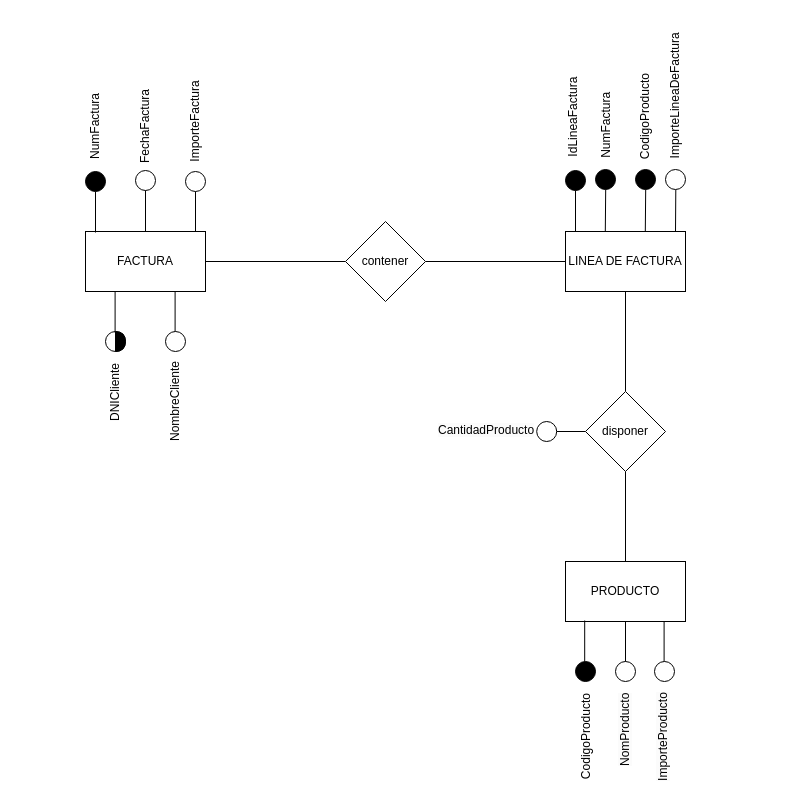
Earlier version of the draw.io diagram AD1-TanimaraELIASSANTOS.drawio (tanimaraeliassantos/basesdedatosDAW). Source tidied: cells renumbered, new cells numbered last; positions are measured from the earlier drawing's top-left corner, leaving out a move shared by most shapes. Both pictures are drawn from the tidied source at 100%, with x=0, y=0 at pixel (55, 80).
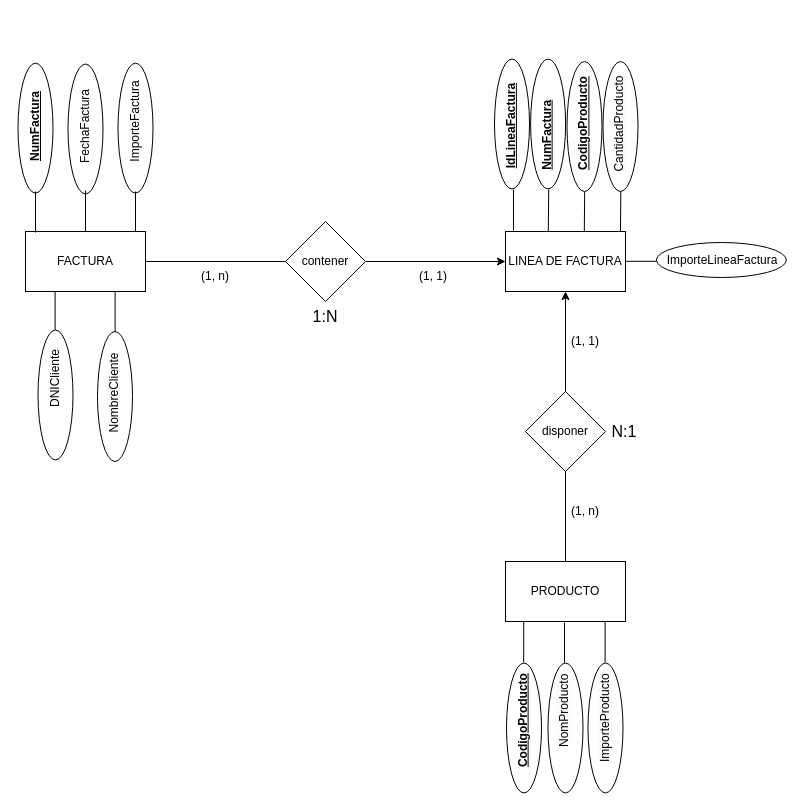
After the change.

The edit, as a diff of the source:
```diff
@@
+    <mxCell id="51" style="ellipse;whiteSpace=wrap;html=1;fillColor=default;rotation=-90;" parent="1" vertex="1">
+      <mxGeometry x="403.5" y="630" width="130" height="35" as="geometry" />
+    </mxCell>
+    <mxCell id="52" style="ellipse;whiteSpace=wrap;html=1;fillColor=default;rotation=-90;" parent="1" vertex="1">
+      <mxGeometry x="445" y="630" width="130" height="35" as="geometry" />
+    </mxCell>
+    <mxCell id="53" style="ellipse;whiteSpace=wrap;html=1;fillColor=default;rotation=-90;" parent="1" vertex="1">
+      <mxGeometry x="485" y="630" width="130" height="35" as="geometry" />
+    </mxCell>
+    <mxCell id="54" style="ellipse;whiteSpace=wrap;html=1;fillColor=default;rotation=0;" parent="1" vertex="1">
+      <mxGeometry x="600.9" y="162" width="130" height="35" as="geometry" />
+    </mxCell>
+    <mxCell id="44" style="endArrow=none;html=1;rounded=0;" parent="1" edge="1">
+      <mxGeometry relative="1" as="geometry">
+        <mxPoint x="528.8" y="151" as="sourcePoint" />
+        <mxPoint x="529.2" y="109" as="targetPoint" />
+      </mxGeometry>
+    </mxCell>
+    <mxCell id="45" style="endArrow=none;html=1;rounded=0;" parent="1" edge="1">
+      <mxGeometry relative="1" as="geometry">
+        <mxPoint x="565" y="151" as="sourcePoint" />
+        <mxPoint x="565.3" y="109" as="targetPoint" />
+      </mxGeometry>
+    </mxCell>
+    <mxCell id="55" style="ellipse;whiteSpace=wrap;html=1;fillColor=default;rotation=-90;" parent="1" vertex="1">
+      <mxGeometry x="500" y="28.5" width="130" height="35" as="geometry" />
+    </mxCell>
+    <mxCell id="56" style="ellipse;whiteSpace=wrap;html=1;fillColor=default;rotation=-90;" parent="1" vertex="1">
+      <mxGeometry x="464" y="28.5" width="130" height="35" as="geometry" />
+    </mxCell>
+    <mxCell id="57" style="ellipse;whiteSpace=wrap;html=1;fillColor=default;rotation=-90;" parent="1" vertex="1">
+      <mxGeometry x="427.6" y="26" width="130" height="35" as="geometry" />
+    </mxCell>
+    <mxCell id="58" style="ellipse;whiteSpace=wrap;html=1;fillColor=default;rotation=-90;" parent="1" vertex="1">
+      <mxGeometry x="391.5" y="26" width="130" height="35" as="geometry" />
+    </mxCell>
+    <mxCell id="59" style="ellipse;whiteSpace=wrap;html=1;fillColor=default;rotation=-90;" parent="1" vertex="1">
+      <mxGeometry x="-85" y="30.1" width="130" height="35" as="geometry" />
+    </mxCell>
+    <mxCell id="60" style="ellipse;whiteSpace=wrap;html=1;fillColor=default;rotation=-90;" parent="1" vertex="1">
+      <mxGeometry x="-35" y="31" width="130" height="35" as="geometry" />
+    </mxCell>
+    <mxCell id="61" style="ellipse;whiteSpace=wrap;html=1;fillColor=default;rotation=-90;" parent="1" vertex="1">
+      <mxGeometry x="15" y="30.1" width="130" height="35" as="geometry" />
+    </mxCell>
+    <mxCell id="21" style="endArrow=none;html=1;rounded=0;" parent="1" edge="1">
+      <mxGeometry relative="1" as="geometry">
+        <mxPoint x="-0.4" y="252" as="sourcePoint" />
+        <mxPoint x="-0.4" y="211" as="targetPoint" />
+      </mxGeometry>
+    </mxCell>
+    <mxCell id="62" style="ellipse;whiteSpace=wrap;html=1;fillColor=default;rotation=-90;" parent="1" vertex="1">
+      <mxGeometry x="-65" y="297" width="130" height="35" as="geometry" />
+    </mxCell>
+    <mxCell id="22" style="endArrow=none;html=1;rounded=0;" parent="1" edge="1">
+      <mxGeometry relative="1" as="geometry">
+        <mxPoint x="59.6" y="252" as="sourcePoint" />
+        <mxPoint x="59.6" y="211" as="targetPoint" />
+      </mxGeometry>
+    </mxCell>
+    <mxCell id="63" style="ellipse;whiteSpace=wrap;html=1;fillColor=default;rotation=-90;" parent="1" vertex="1">
+      <mxGeometry x="-5.5" y="298.5" width="130" height="35" as="geometry" />
+    </mxCell>
     <mxCell id="2" value="FACTURA" style="rounded=0;whiteSpace=wrap;html=1;" parent="1" vertex="1">
-      <mxGeometry x="30" y="151" width="120" height="60" as="geometry" />
+      <mxGeometry x="-30" y="151" width="120" height="60" as="geometry" />
     </mxCell>
-    <mxCell id="3" value="LINEA DE FACTURA" style="rounded=0;whiteSpace=wrap;html=1;" parent="1" vertex="1">
-      <mxGeometry x="510" y="151" width="120" height="60" as="geometry" />
-    </mxCell>
     <mxCell id="4" value="PRODUCTO" style="rounded=0;whiteSpace=wrap;html=1;" parent="1" vertex="1">
-      <mxGeometry x="510" y="481" width="120" height="60" as="geometry" />
+      <mxGeometry x="450" y="481" width="120" height="60" as="geometry" />
     </mxCell>
-    <mxCell id="5" style="endArrow=none;html=1;rounded=0;entryX=0.5;entryY=1;entryDx=0;entryDy=0;exitX=0.5;exitY=0;exitDx=0;exitDy=0;" parent="1" edge="1" source="10" target="3">
+    <mxCell id="5" style="endArrow=classic;html=1;rounded=0;entryX=0.5;entryY=1;entryDx=0;entryDy=0;exitX=0.5;exitY=0;exitDx=0;exitDy=0;endFill=1;" parent="1" edge="1" source="10" target="3">
       <mxGeometry relative="1" as="geometry" />
     </mxCell>
-    <mxCell id="6" style="endArrow=none;html=1;rounded=0;entryX=0;entryY=0.5;entryDx=0;entryDy=0;exitX=1;exitY=0.5;exitDx=0;exitDy=0;" parent="1" edge="1" source="8" target="3">
+    <mxCell id="6" style="endArrow=classic;html=1;rounded=0;entryX=0;entryY=0.5;entryDx=0;entryDy=0;exitX=1;exitY=0.5;exitDx=0;exitDy=0;endFill=1;" parent="1" edge="1" source="8" target="3">
       <mxGeometry relative="1" as="geometry" />
     </mxCell>
@@
     <mxCell id="8" value="contener" style="rhombus;whiteSpace=wrap;html=1;" parent="1" vertex="1">
-      <mxGeometry x="290" y="141" width="80" height="80" as="geometry" />
+      <mxGeometry x="230" y="141" width="80" height="80" as="geometry" />
     </mxCell>
@@
     <mxCell id="10" value="disponer" style="rhombus;whiteSpace=wrap;html=1;" parent="1" vertex="1">
-      <mxGeometry x="530" y="311" width="80" height="80" as="geometry" />
+      <mxGeometry x="470" y="311" width="80" height="80" as="geometry" />
     </mxCell>
-    <mxCell id="11" style="ellipse;whiteSpace=wrap;html=1;fillColor=#000000;" parent="1" vertex="1">
-      <mxGeometry x="30" y="91" width="20" height="20" as="geometry" />
-    </mxCell>
-    <mxCell id="12" style="endArrow=none;html=1;rounded=0;entryX=0.5;entryY=1;entryDx=0;entryDy=0;" parent="1" edge="1" target="11">
+    <mxCell id="12" style="endArrow=none;html=1;rounded=0;entryX=0.5;entryY=1;entryDx=0;entryDy=0;" parent="1" edge="1">
       <mxGeometry relative="1" as="geometry">
-        <mxPoint x="40" y="152" as="sourcePoint" />
+        <mxPoint x="-20" y="152" as="sourcePoint" />
+        <mxPoint x="-20" y="111" as="targetPoint" />
       </mxGeometry>
     </mxCell>
-    <mxCell id="13" value="NumFactura" style="text;html=1;align=center;verticalAlign=middle;whiteSpace=wrap;rounded=0;rotation=-90;" parent="1" vertex="1">
-      <mxGeometry y="31" width="80" height="30" as="geometry" />
+    <mxCell id="13" value="&lt;b&gt;&lt;u&gt;NumFactura&lt;/u&gt;&lt;/b&gt;" style="text;html=1;align=center;verticalAlign=middle;whiteSpace=wrap;rounded=0;rotation=-90;" parent="1" vertex="1">
+      <mxGeometry x="-60" y="31" width="80" height="30" as="geometry" />
     </mxCell>
-    <mxCell id="14" style="ellipse;whiteSpace=wrap;html=1;fillColor=#ffffff;" parent="1" vertex="1">
-      <mxGeometry x="80" y="90" width="20" height="20" as="geometry" />
-    </mxCell>
-    <mxCell id="15" style="endArrow=none;html=1;rounded=0;" parent="1" edge="1" target="14">
+    <mxCell id="15" style="endArrow=none;html=1;rounded=0;" parent="1" edge="1">
       <mxGeometry relative="1" as="geometry">
-        <mxPoint x="90" y="151" as="sourcePoint" />
+        <mxPoint x="30" y="151" as="sourcePoint" />
+        <mxPoint x="30" y="110" as="targetPoint" />
       </mxGeometry>
     </mxCell>
-    <mxCell id="16" style="ellipse;whiteSpace=wrap;html=1;" parent="1" vertex="1">
-      <mxGeometry x="130" y="91" width="20" height="20" as="geometry" />
-    </mxCell>
-    <mxCell id="17" style="endArrow=none;html=1;rounded=0;entryX=0.5;entryY=1;entryDx=0;entryDy=0;" parent="1" edge="1" target="16">
+    <mxCell id="17" style="endArrow=none;html=1;rounded=0;entryX=0.5;entryY=1;entryDx=0;entryDy=0;" parent="1" edge="1">
       <mxGeometry relative="1" as="geometry">
-        <mxPoint x="140" y="151" as="sourcePoint" />
+        <mxPoint x="80" y="151" as="sourcePoint" />
+        <mxPoint x="80" y="111" as="targetPoint" />
       </mxGeometry>
     </mxCell>
     <mxCell id="18" value="FechaFactura" style="text;html=1;align=center;verticalAlign=middle;whiteSpace=wrap;rounded=0;rotation=-90;" parent="1" vertex="1">
-      <mxGeometry x="50" y="31" width="80" height="30" as="geometry" />
+      <mxGeometry x="-10" y="31" width="80" height="30" as="geometry" />
     </mxCell>
     <mxCell id="19" value="ImporteFactura" style="text;html=1;align=center;verticalAlign=middle;whiteSpace=wrap;rounded=0;rotation=-90;" parent="1" vertex="1">
-      <mxGeometry x="95" y="26" width="90" height="30" as="geometry" />
+      <mxGeometry x="35" y="26" width="90" height="30" as="geometry" />
     </mxCell>
-    <mxCell id="20" style="ellipse;whiteSpace=wrap;html=1;fillColor=#ffffff;" parent="1" vertex="1">
-      <mxGeometry x="50" y="251" width="20" height="20" as="geometry" />
-    </mxCell>
-    <mxCell id="21" style="endArrow=none;html=1;rounded=0;" parent="1" edge="1">
-      <mxGeometry relative="1" as="geometry">
-        <mxPoint x="59.6" y="252" as="sourcePoint" />
-        <mxPoint x="59.6" y="211" as="targetPoint" />
-      </mxGeometry>
-    </mxCell>
-    <mxCell id="22" style="endArrow=none;html=1;rounded=0;" parent="1" edge="1">
-      <mxGeometry relative="1" as="geometry">
-        <mxPoint x="119.6" y="252" as="sourcePoint" />
-        <mxPoint x="119.6" y="211" as="targetPoint" />
-      </mxGeometry>
-    </mxCell>
     <mxCell id="23" value="DNICliente" style="text;html=1;align=center;verticalAlign=middle;whiteSpace=wrap;rounded=0;rotation=-90;" parent="1" vertex="1">
-      <mxGeometry x="20" y="297" width="80" height="30" as="geometry" />
+      <mxGeometry x="-40" y="283" width="80" height="30" as="geometry" />
     </mxCell>
     <mxCell id="24" value="NombreCliente" style="text;html=1;align=center;verticalAlign=middle;whiteSpace=wrap;rounded=0;rotation=-90;" parent="1" vertex="1">
-      <mxGeometry x="70" y="306" width="100" height="30" as="geometry" />
+      <mxGeometry x="8.5" y="298" width="100" height="30" as="geometry" />
     </mxCell>
-    <mxCell id="25" style="ellipse;whiteSpace=wrap;html=1;fillColor=#000000;" parent="1" vertex="1">
-      <mxGeometry x="510" y="90" width="20" height="20" as="geometry" />
-    </mxCell>
-    <mxCell id="26" style="endArrow=none;html=1;rounded=0;entryX=0.5;entryY=1;entryDx=0;entryDy=0;" parent="1" edge="1" target="25">
+    <mxCell id="26" style="endArrow=none;html=1;rounded=0;entryX=0.5;entryY=1;entryDx=0;entryDy=0;" parent="1" edge="1">
       <mxGeometry relative="1" as="geometry">
-        <mxPoint x="520" y="151" as="sourcePoint" />
+        <mxPoint x="458" y="150" as="sourcePoint" />
+        <mxPoint x="458" y="109" as="targetPoint" />
       </mxGeometry>
     </mxCell>
-    <mxCell id="27" style="ellipse;whiteSpace=wrap;html=1;fillColor=#000000;" parent="1" vertex="1">
-      <mxGeometry x="540" y="89" width="20" height="20" as="geometry" />
-    </mxCell>
     <mxCell id="28" style="endArrow=none;html=1;rounded=0;" parent="1" edge="1">
       <mxGeometry relative="1" as="geometry">
-        <mxPoint x="549.8" y="151" as="sourcePoint" />
-        <mxPoint x="550.2" y="109" as="targetPoint" />
+        <mxPoint x="492.8" y="151" as="sourcePoint" />
+        <mxPoint x="493.2" y="109" as="targetPoint" />
       </mxGeometry>
     </mxCell>
-    <mxCell id="29" value="IdLineaFactura" style="text;html=1;align=center;verticalAlign=middle;whiteSpace=wrap;rounded=0;rotation=-90;" parent="1" vertex="1">
-      <mxGeometry x="468.1" y="21.6" width="98.8" height="30" as="geometry" />
+    <mxCell id="29" value="&lt;b&gt;&lt;u&gt;IdLineaFactura&lt;/u&gt;&lt;/b&gt;" style="text;html=1;align=center;verticalAlign=middle;whiteSpace=wrap;rounded=0;rotation=-90;" parent="1" vertex="1">
+      <mxGeometry x="406.1" y="30.6" width="98.8" height="30" as="geometry" />
     </mxCell>
-    <mxCell id="30" value="CodigoProducto" style="text;html=1;align=center;verticalAlign=middle;whiteSpace=wrap;rounded=0;rotation=-90;" parent="1" vertex="1">
-      <mxGeometry x="532.5" y="21.6" width="115" height="30" as="geometry" />
+    <mxCell id="30" value="&lt;b&gt;&lt;u&gt;CodigoProducto&lt;/u&gt;&lt;/b&gt;" style="text;html=1;align=center;verticalAlign=middle;whiteSpace=wrap;rounded=0;rotation=-90;" parent="1" vertex="1">
+      <mxGeometry x="470.5" y="28.6" width="115" height="30" as="geometry" />
     </mxCell>
-    <mxCell id="31" style="ellipse;whiteSpace=wrap;html=1;fillColor=#000000;" parent="1" vertex="1">
-      <mxGeometry x="520" y="581" width="20" height="20" as="geometry" />
-    </mxCell>
     <mxCell id="32" style="endArrow=none;html=1;rounded=0;entryX=0.5;entryY=1;entryDx=0;entryDy=0;" parent="1" edge="1">
       <mxGeometry relative="1" as="geometry">
-        <mxPoint x="529.2" y="581" as="sourcePoint" />
-        <mxPoint x="529.2" y="540" as="targetPoint" />
+        <mxPoint x="468.2" y="582" as="sourcePoint" />
+        <mxPoint x="468.2" y="541" as="targetPoint" />
       </mxGeometry>
     </mxCell>
     <mxCell id="33" style="endArrow=none;html=1;rounded=0;entryX=0.5;entryY=1;entryDx=0;entryDy=0;" parent="1" edge="1">
       <mxGeometry relative="1" as="geometry">
-        <mxPoint x="608.6" y="582" as="sourcePoint" />
-        <mxPoint x="608.6" y="541" as="targetPoint" />
+        <mxPoint x="549.6" y="582" as="sourcePoint" />
+        <mxPoint x="549.6" y="541" as="targetPoint" />
       </mxGeometry>
     </mxCell>
-    <mxCell id="34" style="ellipse;whiteSpace=wrap;html=1;" parent="1" vertex="1">
-      <mxGeometry x="599" y="581" width="20" height="20" as="geometry" />
-    </mxCell>
-    <mxCell id="35" value="CodigoProducto" style="text;html=1;align=center;verticalAlign=middle;whiteSpace=wrap;rounded=0;rotation=-90;" parent="1" vertex="1">
-      <mxGeometry x="481.2" y="641" width="98.8" height="30" as="geometry" />
+    <mxCell id="35" value="&lt;b&gt;&lt;u&gt;CodigoProducto&lt;/u&gt;&lt;/b&gt;" style="text;html=1;align=center;verticalAlign=middle;whiteSpace=wrap;rounded=0;rotation=-90;" parent="1" vertex="1">
+      <mxGeometry x="418.2" y="625" width="98.8" height="30" as="geometry" />
     </mxCell>
     <mxCell id="36" value="&lt;span style=&quot;color: rgb(0, 0, 0); font-family: Helvetica; font-size: 12px; font-style: normal; font-variant-ligatures: normal; font-variant-caps: normal; font-weight: 400; letter-spacing: normal; orphans: 2; text-align: center; text-indent: 0px; text-transform: none; widows: 2; word-spacing: 0px; -webkit-text-stroke-width: 0px; white-space: normal; background-color: rgb(251, 251, 251); text-decoration-thickness: initial; text-decoration-style: initial; text-decoration-color: initial; display: inline !important; float: none;&quot;&gt;NomProducto&lt;/span&gt;" style="text;whiteSpace=wrap;html=1;rotation=-90;" parent="1" vertex="1">
-      <mxGeometry x="533" y="625" width="86" height="40" as="geometry" />
+      <mxGeometry x="472" y="606" width="86" height="40" as="geometry" />
     </mxCell>
-    <mxCell id="37" style="ellipse;whiteSpace=wrap;html=1;" parent="1" vertex="1">
-      <mxGeometry x="560" y="581" width="20" height="20" as="geometry" />
-    </mxCell>
-    <mxCell id="38" style="endArrow=none;html=1;rounded=0;entryX=0.5;entryY=1;entryDx=0;entryDy=0;exitX=0.5;exitY=0;exitDx=0;exitDy=0;" parent="1" edge="1" source="37" target="4">
-      <mxGeometry relative="1" as="geometry" />
+    <mxCell id="38" style="endArrow=none;html=1;rounded=0;entryX=0.5;entryY=1;entryDx=0;entryDy=0;exitX=0.5;exitY=0;exitDx=0;exitDy=0;" parent="1" edge="1">
+      <mxGeometry relative="1" as="geometry">
+        <mxPoint x="509" y="582" as="sourcePoint" />
+        <mxPoint x="509" y="542" as="targetPoint" />
+      </mxGeometry>
     </mxCell>
     <mxCell id="39" value="&lt;span style=&quot;color: rgb(0, 0, 0); font-family: Helvetica; font-size: 12px; font-style: normal; font-variant-ligatures: normal; font-variant-caps: normal; font-weight: 400; letter-spacing: normal; orphans: 2; text-align: center; text-indent: 0px; text-transform: none; widows: 2; word-spacing: 0px; -webkit-text-stroke-width: 0px; white-space: normal; background-color: rgb(251, 251, 251); text-decoration-thickness: initial; text-decoration-style: initial; text-decoration-color: initial; display: inline !important; float: none;&quot;&gt;ImporteProducto&lt;/span&gt;" style="text;whiteSpace=wrap;html=1;rotation=-90;" parent="1" vertex="1">
-      <mxGeometry x="566.9" y="636" width="94" height="40" as="geometry" />
+      <mxGeometry x="508.5" y="617.5" width="94" height="40" as="geometry" />
     </mxCell>
-    <mxCell id="40" style="endArrow=none;html=1;rounded=0;entryX=0;entryY=0.5;entryDx=0;entryDy=0;" parent="1" edge="1" target="10">
+    <mxCell id="40" style="endArrow=none;html=1;rounded=0;exitX=0;exitY=0.5;exitDx=0;exitDy=0;" parent="1" edge="1">
       <mxGeometry relative="1" as="geometry">
-        <mxPoint x="500" y="351" as="sourcePoint" />
+        <mxPoint x="600.9" y="180.8" as="sourcePoint" />
+        <mxPoint x="550" y="180.8" as="targetPoint" />
       </mxGeometry>
     </mxCell>
-    <mxCell id="41" value="&lt;span style=&quot;color: rgb(0, 0, 0); font-family: Helvetica; font-size: 12px; font-style: normal; font-variant-ligatures: normal; font-variant-caps: normal; font-weight: 400; letter-spacing: normal; orphans: 2; text-align: center; text-indent: 0px; text-transform: none; widows: 2; word-spacing: 0px; -webkit-text-stroke-width: 0px; white-space: normal; background-color: rgb(251, 251, 251); text-decoration-thickness: initial; text-decoration-style: initial; text-decoration-color: initial; display: inline !important; float: none;&quot;&gt;CantidadProducto&lt;/span&gt;" style="text;whiteSpace=wrap;html=1;rotation=0;" parent="1" vertex="1">
-      <mxGeometry x="381.2" y="336" width="100" height="30" as="geometry" />
+    <mxCell id="41" value="&lt;span style=&quot;color: rgb(0, 0, 0); font-family: Helvetica; font-size: 12px; font-style: normal; font-variant-ligatures: normal; font-variant-caps: normal; font-weight: 400; letter-spacing: normal; orphans: 2; text-align: center; text-indent: 0px; text-transform: none; widows: 2; word-spacing: 0px; -webkit-text-stroke-width: 0px; white-space: normal; background-color: rgb(251, 251, 251); text-decoration-thickness: initial; text-decoration-style: initial; text-decoration-color: initial; display: inline !important; float: none;&quot;&gt;CantidadProducto&lt;/span&gt;" style="text;whiteSpace=wrap;html=1;rotation=-90;" parent="1" vertex="1">
+      <mxGeometry x="515" y="28.6" width="100" height="30" as="geometry" />
     </mxCell>
-    <mxCell id="42" style="ellipse;whiteSpace=wrap;html=1;" parent="1" vertex="1">
-      <mxGeometry x="481.2" y="341" width="20" height="20" as="geometry" />
-    </mxCell>
-    <mxCell id="43" style="ellipse;whiteSpace=wrap;html=1;fillColor=#000000;" parent="1" vertex="1">
-      <mxGeometry x="580" y="89" width="20" height="20" as="geometry" />
-    </mxCell>
-    <mxCell id="44" style="endArrow=none;html=1;rounded=0;" parent="1" edge="1">
-      <mxGeometry relative="1" as="geometry">
-        <mxPoint x="589.8" y="151" as="sourcePoint" />
-        <mxPoint x="590.2" y="109" as="targetPoint" />
-      </mxGeometry>
-    </mxCell>
-    <mxCell id="45" style="endArrow=none;html=1;rounded=0;" parent="1" edge="1">
-      <mxGeometry relative="1" as="geometry">
-        <mxPoint x="620" y="151" as="sourcePoint" />
-        <mxPoint x="620.3" y="109" as="targetPoint" />
-      </mxGeometry>
-    </mxCell>
-    <mxCell id="46" style="ellipse;whiteSpace=wrap;html=1;fillColor=#FFFFFF;" parent="1" vertex="1">
-      <mxGeometry x="610" y="89" width="20" height="20" as="geometry" />
-    </mxCell>
-    <mxCell id="47" value="NumFactura" style="text;html=1;align=center;verticalAlign=middle;whiteSpace=wrap;rounded=0;rotation=-90;" parent="1" vertex="1">
-      <mxGeometry x="508.8" y="30.1" width="83.8" height="30" as="geometry" />
+    <mxCell id="47" value="&lt;b&gt;&lt;u&gt;NumFactura&lt;/u&gt;&lt;/b&gt;" style="text;html=1;align=center;verticalAlign=middle;whiteSpace=wrap;rounded=0;rotation=-90;" parent="1" vertex="1">
+      <mxGeometry x="449.8" y="40.1" width="83.8" height="30" as="geometry" />
     </mxCell>
-    <mxCell id="48" value="ImporteLineaDeFactura" style="text;html=1;align=center;verticalAlign=middle;whiteSpace=wrap;rounded=0;rotation=-90;" parent="1" vertex="1">
-      <mxGeometry x="541.2" y="0.4" width="157.5" height="30" as="geometry" />
+    <mxCell id="48" value="ImporteLineaFactura" style="text;html=1;align=center;verticalAlign=middle;whiteSpace=wrap;rounded=0;rotation=0;" parent="1" vertex="1">
+      <mxGeometry x="602.5" y="164.5" width="128.4" height="30" as="geometry" />
     </mxCell>
-    <mxCell id="49" style="shape=or;whiteSpace=wrap;html=1;fillColor=#000000;" parent="1" vertex="1">
-      <mxGeometry x="60" y="251" width="10" height="20" as="geometry" />
-    </mxCell>
-    <mxCell id="50" style="ellipse;whiteSpace=wrap;html=1;fillColor=#ffffff;" parent="1" vertex="1">
-      <mxGeometry x="110" y="251" width="20" height="20" as="geometry" />
-    </mxCell>
+    <mxCell id="64" value="&lt;font style=&quot;font-size: 16px;&quot;&gt;1:N&lt;/font&gt;" style="text;html=1;align=center;verticalAlign=middle;whiteSpace=wrap;rounded=0;" parent="1" vertex="1">
+      <mxGeometry x="240" y="201" width="60" height="70" as="geometry" />
+    </mxCell>
+    <mxCell id="65" value="&lt;font style=&quot;font-size: 16px;&quot;&gt;N:1&lt;/font&gt;" style="text;html=1;align=center;verticalAlign=middle;whiteSpace=wrap;rounded=0;" parent="1" vertex="1">
+      <mxGeometry x="539" y="316" width="60" height="70" as="geometry" />
+    </mxCell>
+    <mxCell id="66" value="(1, n)" style="text;html=1;align=center;verticalAlign=middle;whiteSpace=wrap;rounded=0;" parent="1" vertex="1">
+      <mxGeometry x="130" y="181" width="60" height="30" as="geometry" />
+    </mxCell>
+    <mxCell id="67" value="(1, 1)" style="text;html=1;align=center;verticalAlign=middle;whiteSpace=wrap;rounded=0;" parent="1" vertex="1">
+      <mxGeometry x="348.1" y="181" width="60" height="30" as="geometry" />
+    </mxCell>
+    <mxCell id="68" value="(1, 1)" style="text;html=1;align=center;verticalAlign=middle;whiteSpace=wrap;rounded=0;" parent="1" vertex="1">
+      <mxGeometry x="500" y="246" width="60" height="30" as="geometry" />
+    </mxCell>
+    <mxCell id="69" value="(1, n)" style="text;html=1;align=center;verticalAlign=middle;whiteSpace=wrap;rounded=0;" parent="1" vertex="1">
+      <mxGeometry x="500" y="416" width="60" height="30" as="geometry" />
+    </mxCell>
+    <mxCell id="3" value="LINEA DE FACTURA" style="rounded=0;whiteSpace=wrap;html=1;" parent="1" vertex="1">
+      <mxGeometry x="450" y="151" width="120" height="60" as="geometry" />
+    </mxCell>
```
